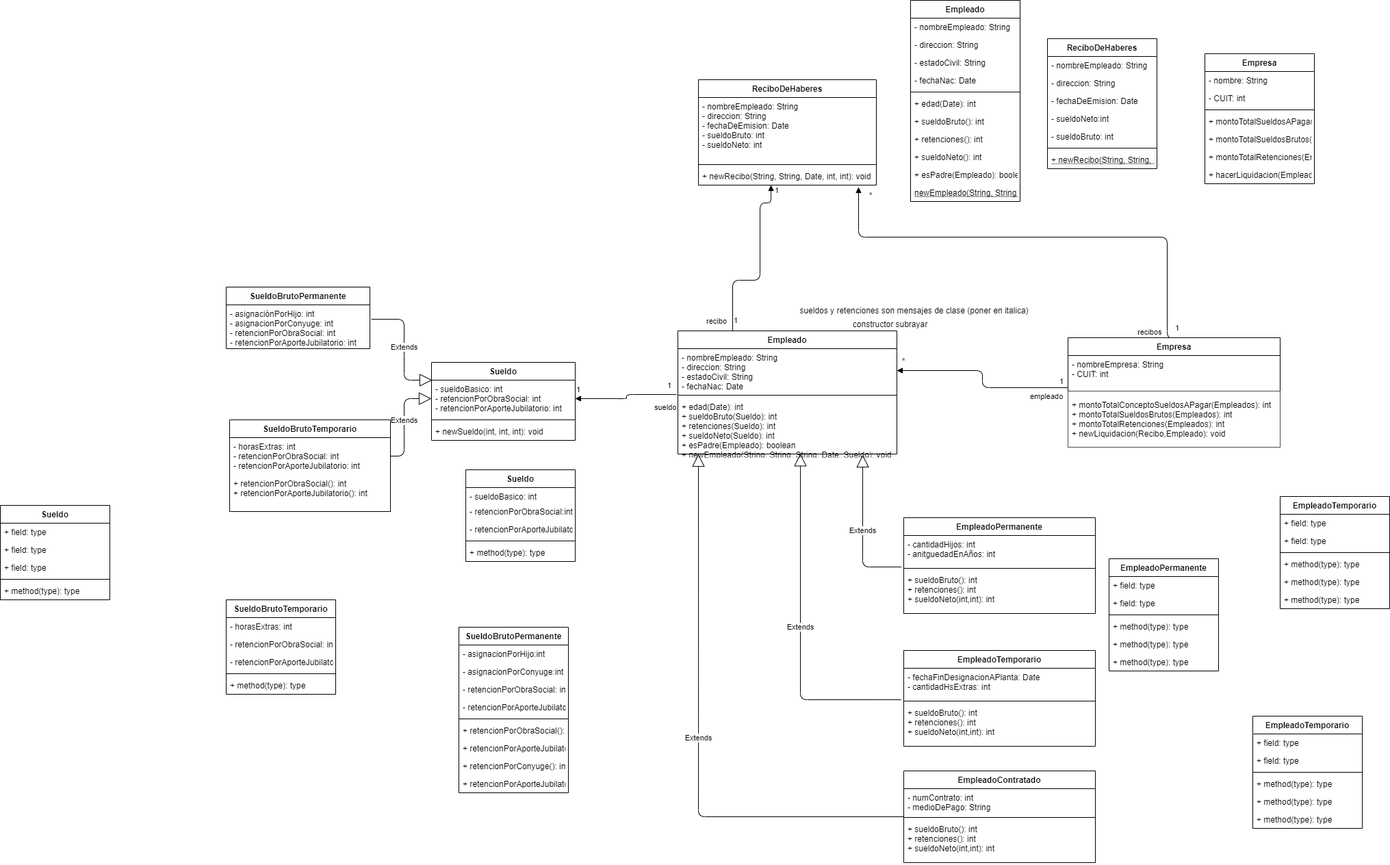
Above: src/ar/edu/unq/po2/TP2 - UML.png in CarlosAlbertoBarria/unqui-poo2-barria (draw.io), before the change. Source tidied: cells renumbered, new cells last; positions are measured from the earlier drawing's top-left corner, leaving out a move shared by most shapes.
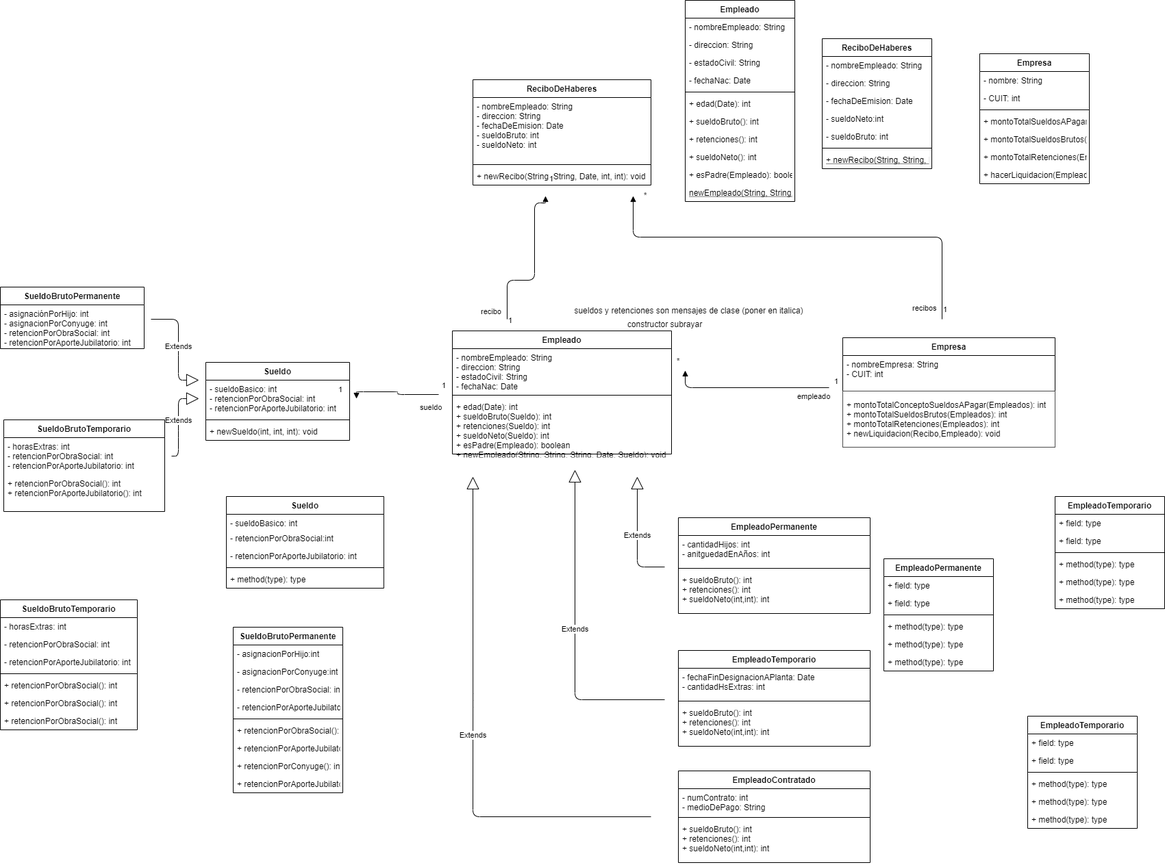
The same file after the commit.

Diff of the diagram source:
```diff
@@ -47,15 +47,19 @@
     <mxCell id="16" value="+ sueldoBruto(): int&#10;+ retenciones(): int&#10;+ sueldoNeto(int,int): int" style="text;strokeColor=none;fillColor=none;align=left;verticalAlign=top;spacingLeft=4;spacingRight=4;overflow=hidden;" parent="13" vertex="1">
       <mxGeometry y="78" width="280" height="62" as="geometry" />
     </mxCell>
-    <mxCell id="17" value="Extends" style="endArrow=block;endSize=16;endFill=0;html=1;exitX=-0.012;exitY=1.045;exitDx=0;exitDy=0;exitPerimeter=0;entryX=0.844;entryY=1.012;entryDx=0;entryDy=0;entryPerimeter=0;" parent="1" edge="1" source="10" target="8">
+    <mxCell id="17" value="Extends" style="endArrow=block;endSize=16;endFill=0;html=1;" parent="1" edge="1">
       <mxGeometry relative="1" as="geometry">
+        <mxPoint x="1300" y="828" as="sourcePoint" />
+        <mxPoint x="1260" y="696" as="targetPoint" />
         <Array as="points">
           <mxPoint x="1260" y="828" />
         </Array>
       </mxGeometry>
     </mxCell>
-    <mxCell id="18" value="Extends" style="endArrow=block;endSize=16;endFill=0;html=1;exitX=-0.014;exitY=1.045;exitDx=0;exitDy=0;exitPerimeter=0;entryX=0.559;entryY=0.992;entryDx=0;entryDy=0;entryPerimeter=0;" parent="1" edge="1" source="14" target="8">
+    <mxCell id="18" value="Extends" style="endArrow=block;endSize=16;endFill=0;html=1;" parent="1" edge="1">
       <mxGeometry relative="1" as="geometry">
+        <mxPoint x="1300" y="1022" as="sourcePoint" />
+        <mxPoint x="1169" y="686" as="targetPoint" />
         <Array as="points">
           <mxPoint x="1169" y="1022" />
           <mxPoint x="1169" y="686" />
@@ -104,8 +108,10 @@
     <mxCell id="32" value="+ newRecibo(String, String, Date, int, int): void" style="text;strokeColor=none;fillColor=none;align=left;verticalAlign=top;spacingLeft=4;spacingRight=4;overflow=hidden;points=[[0,0.5],[1,0.5]];portConstraint=eastwest;" parent="29" vertex="1">
       <mxGeometry y="128" width="260" height="26" as="geometry" />
     </mxCell>
-    <mxCell id="33" value="recibos" style="endArrow=block;endFill=1;html=1;edgeStyle=orthogonalEdgeStyle;align=left;verticalAlign=top;exitX=0.5;exitY=0;exitDx=0;exitDy=0;entryX=0.9;entryY=1.115;entryDx=0;entryDy=0;entryPerimeter=0;" parent="1" edge="1" source="2" target="32">
+    <mxCell id="33" value="recibos" style="endArrow=block;endFill=1;html=1;edgeStyle=orthogonalEdgeStyle;align=left;verticalAlign=top;" parent="1" edge="1">
       <mxGeometry x="-0.91" y="45" relative="1" as="geometry">
+        <mxPoint x="1705" y="466" as="sourcePoint" />
+        <mxPoint x="1254" y="286" as="targetPoint" />
         <Array as="points">
           <mxPoint x="1705" y="346" />
           <mxPoint x="1254" y="346" />
@@ -122,8 +128,10 @@
         <mxPoint x="8" y="-53" as="offset" />
       </mxGeometry>
     </mxCell>
-    <mxCell id="36" value="Extends" style="endArrow=block;endSize=16;endFill=0;html=1;exitX=1.01;exitY=0.328;exitDx=0;exitDy=0;exitPerimeter=0;entryX=0.005;entryY=0;entryDx=0;entryDy=0;entryPerimeter=0;" parent="1" edge="1" source="25" target="21">
+    <mxCell id="36" value="Extends" style="endArrow=block;endSize=16;endFill=0;html=1;" parent="1" edge="1">
       <mxGeometry relative="1" as="geometry">
+        <mxPoint x="550" y="466" as="sourcePoint" />
+        <mxPoint x="620" y="555" as="targetPoint" />
         <Array as="points">
           <mxPoint x="590" y="466" />
           <mxPoint x="590" y="509" />
@@ -131,8 +139,10 @@
         </Array>
       </mxGeometry>
     </mxCell>
-    <mxCell id="37" value="Extends" style="endArrow=block;endSize=16;endFill=0;html=1;exitX=1;exitY=0.5;exitDx=0;exitDy=0;entryX=0;entryY=0.5;entryDx=0;entryDy=0;" parent="1" edge="1" source="27" target="21">
+    <mxCell id="37" value="Extends" style="endArrow=block;endSize=16;endFill=0;html=1;" parent="1" edge="1">
       <mxGeometry relative="1" as="geometry">
+        <mxPoint x="580" y="666" as="sourcePoint" />
+        <mxPoint x="620" y="582" as="targetPoint" />
         <Array as="points">
           <mxPoint x="590" y="666" />
           <mxPoint x="590" y="629" />
@@ -145,8 +155,11 @@
         <mxPoint x="6" y="-1" as="offset" />
       </mxGeometry>
     </mxCell>
-    <mxCell id="39" value="sueldo" style="endArrow=block;endFill=1;html=1;edgeStyle=orthogonalEdgeStyle;align=left;verticalAlign=top;exitX=-0.006;exitY=1.047;exitDx=0;exitDy=0;exitPerimeter=0;entryX=1;entryY=0.5;entryDx=0;entryDy=0;" parent="1" edge="1" source="6" target="21">
-      <mxGeometry x="-0.56" y="6" relative="1" as="geometry" />
+    <mxCell id="39" value="sueldo" style="endArrow=block;endFill=1;html=1;edgeStyle=orthogonalEdgeStyle;align=left;verticalAlign=top;" parent="1" edge="1">
+      <mxGeometry x="-0.56" y="6" relative="1" as="geometry">
+        <mxPoint x="970" y="576" as="sourcePoint" />
+        <mxPoint x="850" y="582" as="targetPoint" />
+      </mxGeometry>
     </mxCell>
     <mxCell id="40" value="1" style="edgeLabel;html=1;align=left;verticalAlign=bottom;" parent="39" vertex="1">
       <mxGeometry x="-1" relative="1" as="geometry">
@@ -161,8 +174,10 @@
     <mxCell id="42" value="constructor subrayar" style="text;html=1;align=center;verticalAlign=middle;fillColor=none;strokeColor=none;rounded=0;" parent="1" vertex="1">
       <mxGeometry x="1240" y="463" width="120" height="20" as="geometry" />
     </mxCell>
-    <mxCell id="43" value="recibo" style="endArrow=block;endFill=1;html=1;edgeStyle=orthogonalEdgeStyle;align=left;verticalAlign=top;exitX=0.25;exitY=0;exitDx=0;exitDy=0;entryX=0.408;entryY=1;entryDx=0;entryDy=0;entryPerimeter=0;" parent="1" edge="1" source="5" target="32">
+    <mxCell id="43" value="recibo" style="endArrow=block;endFill=1;html=1;edgeStyle=orthogonalEdgeStyle;align=left;verticalAlign=top;" parent="1" edge="1">
       <mxGeometry x="-0.8" y="40" relative="1" as="geometry">
+        <mxPoint x="1070" y="466" as="sourcePoint" />
+        <mxPoint x="1126" y="286" as="targetPoint" />
         <Array as="points">
           <mxPoint x="1070" y="409" />
           <mxPoint x="1110" y="409" />
@@ -194,17 +209,21 @@
     <mxCell id="50" value="+ sueldoBruto(): int&#10;+ retenciones(): int&#10;+ sueldoNeto(int,int): int" style="text;strokeColor=none;fillColor=none;align=left;verticalAlign=top;spacingLeft=4;spacingRight=4;overflow=hidden;" parent="46" vertex="1">
       <mxGeometry y="72" width="280" height="62" as="geometry" />
     </mxCell>
-    <mxCell id="51" value="empleado" style="endArrow=block;endFill=1;html=1;edgeStyle=orthogonalEdgeStyle;align=left;verticalAlign=top;entryX=1;entryY=0.5;entryDx=0;entryDy=0;exitX=0;exitY=0.904;exitDx=0;exitDy=0;exitPerimeter=0;" parent="1" edge="1" source="3" target="6">
-      <mxGeometry x="-0.59" relative="1" as="geometry" />
+    <mxCell id="51" value="empleado" style="endArrow=block;endFill=1;html=1;edgeStyle=orthogonalEdgeStyle;align=left;verticalAlign=top;" parent="1" edge="1">
+      <mxGeometry x="-0.59" relative="1" as="geometry">
+        <mxPoint x="1540" y="566" as="sourcePoint" />
+        <mxPoint x="1330" y="541" as="targetPoint" />
+      </mxGeometry>
     </mxCell>
     <mxCell id="52" value="1" style="edgeLabel;html=1;align=left;verticalAlign=bottom;rotation=0;" parent="1" vertex="1">
       <mxGeometry x="1540" y="566" as="geometry">
         <mxPoint x="6" y="-1" as="offset" />
       </mxGeometry>
     </mxCell>
-    <mxCell id="53" value="Extends" style="endArrow=block;endSize=16;endFill=0;html=1;entryX=0.559;entryY=0.992;entryDx=0;entryDy=0;entryPerimeter=0;exitX=0;exitY=0.375;exitDx=0;exitDy=0;exitPerimeter=0;" parent="1" edge="1" source="49">
+    <mxCell id="53" value="Extends" style="endArrow=block;endSize=16;endFill=0;html=1;" parent="1" edge="1">
       <mxGeometry relative="1" as="geometry">
-        <mxPoint x="1020" y="663" as="targetPoint" />
+        <mxPoint x="1280" y="1193" as="sourcePoint" />
+        <mxPoint x="1020" y="696" as="targetPoint" />
         <Array as="points">
           <mxPoint x="1020" y="1193" />
           <mxPoint x="1020.1" y="1022.7" />
@@ -254,41 +273,47 @@
       <mxGeometry y="138" width="160" height="26" as="geometry" />
     </mxCell>
     <mxCell id="68" value="Sueldo" style="swimlane;fontStyle=1;align=center;verticalAlign=top;horizontal=1;startSize=26;" parent="1" vertex="1">
-      <mxGeometry x="680.1" y="686" width="160" height="134" as="geometry" />
+      <mxGeometry x="660" y="725" width="229.9" height="134" as="geometry" />
     </mxCell>
     <mxCell id="69" value="- sueldoBasico: int" style="text;strokeColor=none;fillColor=none;align=left;verticalAlign=top;spacingLeft=4;spacingRight=4;overflow=hidden;" parent="68" vertex="1">
-      <mxGeometry y="26" width="160" height="22" as="geometry" />
+      <mxGeometry y="26" width="229.9" height="22" as="geometry" />
     </mxCell>
     <mxCell id="70" value="- retencionPorObraSocial:int" style="text;strokeColor=none;fillColor=none;align=left;verticalAlign=top;spacingLeft=4;spacingRight=4;overflow=hidden;" parent="68" vertex="1">
-      <mxGeometry y="48" width="160" height="26" as="geometry" />
+      <mxGeometry y="48" width="229.9" height="26" as="geometry" />
     </mxCell>
     <mxCell id="71" value="- retencionPorAporteJubilatorio: int" style="text;strokeColor=none;fillColor=none;align=left;verticalAlign=top;spacingLeft=4;spacingRight=4;overflow=hidden;" parent="68" vertex="1">
-      <mxGeometry y="74" width="160" height="26" as="geometry" />
+      <mxGeometry y="74" width="229.9" height="26" as="geometry" />
     </mxCell>
     <mxCell id="72" style="line;strokeWidth=1;fillColor=none;align=left;verticalAlign=middle;spacingTop=-1;spacingLeft=3;spacingRight=3;labelPosition=right;" parent="68" vertex="1">
-      <mxGeometry y="100" width="160" height="8" as="geometry" />
+      <mxGeometry y="100" width="229.9" height="8" as="geometry" />
     </mxCell>
     <mxCell id="73" value="+ method(type): type" style="text;strokeColor=none;fillColor=none;align=left;verticalAlign=top;spacingLeft=4;spacingRight=4;overflow=hidden;" parent="68" vertex="1">
-      <mxGeometry y="108" width="160" height="26" as="geometry" />
+      <mxGeometry y="108" width="229.9" height="26" as="geometry" />
     </mxCell>
     <mxCell id="74" value="SueldoBrutoTemporario" style="swimlane;fontStyle=1;align=center;verticalAlign=top;horizontal=1;startSize=26;" parent="1" vertex="1">
-      <mxGeometry x="330" y="876" width="160" height="138" as="geometry" />
+      <mxGeometry x="330" y="876" width="200" height="190" as="geometry" />
     </mxCell>
     <mxCell id="75" value="- horasExtras: int" style="text;strokeColor=none;fillColor=none;align=left;verticalAlign=top;spacingLeft=4;spacingRight=4;overflow=hidden;" parent="74" vertex="1">
-      <mxGeometry y="26" width="160" height="26" as="geometry" />
+      <mxGeometry y="26" width="200" height="26" as="geometry" />
     </mxCell>
     <mxCell id="76" value="- retencionPorObraSocial: int" style="text;strokeColor=none;fillColor=none;align=left;verticalAlign=top;spacingLeft=4;spacingRight=4;overflow=hidden;" parent="74" vertex="1">
-      <mxGeometry y="52" width="160" height="26" as="geometry" />
+      <mxGeometry y="52" width="200" height="26" as="geometry" />
     </mxCell>
-    <mxCell id="77" value="- retencionPorAporteJubilatorio" style="text;strokeColor=none;fillColor=none;align=left;verticalAlign=top;spacingLeft=4;spacingRight=4;overflow=hidden;" parent="74" vertex="1">
-      <mxGeometry y="78" width="160" height="26" as="geometry" />
+    <mxCell id="77" value="- retencionPorAporteJubilatorio: int" style="text;strokeColor=none;fillColor=none;align=left;verticalAlign=top;spacingLeft=4;spacingRight=4;overflow=hidden;" parent="74" vertex="1">
+      <mxGeometry y="78" width="200" height="26" as="geometry" />
     </mxCell>
     <mxCell id="78" style="line;strokeWidth=1;fillColor=none;align=left;verticalAlign=middle;spacingTop=-1;spacingLeft=3;spacingRight=3;labelPosition=right;" parent="74" vertex="1">
-      <mxGeometry y="104" width="160" height="8" as="geometry" />
+      <mxGeometry y="104" width="200" height="8" as="geometry" />
     </mxCell>
-    <mxCell id="79" value="+ method(type): type" style="text;strokeColor=none;fillColor=none;align=left;verticalAlign=top;spacingLeft=4;spacingRight=4;overflow=hidden;" parent="74" vertex="1">
-      <mxGeometry y="112" width="160" height="26" as="geometry" />
+    <mxCell id="79" value="+ retencionPorObraSocial(): int" style="text;strokeColor=none;fillColor=none;align=left;verticalAlign=top;spacingLeft=4;spacingRight=4;overflow=hidden;" parent="74" vertex="1">
+      <mxGeometry y="112" width="200" height="26" as="geometry" />
     </mxCell>
+    <mxCell id="131" value="+ retencionPorObraSocial(): int" style="text;strokeColor=none;fillColor=none;align=left;verticalAlign=top;spacingLeft=4;spacingRight=4;overflow=hidden;" parent="74" vertex="1">
+      <mxGeometry y="138" width="200" height="26" as="geometry" />
+    </mxCell>
+    <mxCell id="132" value="+ retencionPorObraSocial(): int" style="text;strokeColor=none;fillColor=none;align=left;verticalAlign=top;spacingLeft=4;spacingRight=4;overflow=hidden;" parent="74" vertex="1">
+      <mxGeometry y="164" width="200" height="26" as="geometry" />
+    </mxCell>
     <mxCell id="80" value="SueldoBrutoPermanente" style="swimlane;fontStyle=1;align=center;verticalAlign=top;horizontal=1;startSize=26;" parent="1" vertex="1">
       <mxGeometry x="670" y="916" width="160" height="242" as="geometry" />
     </mxCell>
@@ -319,24 +344,6 @@
     <mxCell id="89" value="+ retencionPorAporteJubilatorio(): int" style="text;strokeColor=none;fillColor=none;align=left;verticalAlign=top;spacingLeft=4;spacingRight=4;overflow=hidden;" parent="80" vertex="1">
       <mxGeometry y="216" width="160" height="26" as="geometry" />
     </mxCell>
-    <mxCell id="90" value="Sueldo" style="swimlane;fontStyle=1;align=center;verticalAlign=top;horizontal=1;startSize=26;" parent="1" vertex="1">
-      <mxGeometry y="738" width="160" height="138" as="geometry" />
-    </mxCell>
-    <mxCell id="91" value="+ field: type" style="text;strokeColor=none;fillColor=none;align=left;verticalAlign=top;spacingLeft=4;spacingRight=4;overflow=hidden;" parent="90" vertex="1">
-      <mxGeometry y="26" width="160" height="26" as="geometry" />
-    </mxCell>
-    <mxCell id="92" value="+ field: type" style="text;strokeColor=none;fillColor=none;align=left;verticalAlign=top;spacingLeft=4;spacingRight=4;overflow=hidden;" parent="90" vertex="1">
-      <mxGeometry y="52" width="160" height="26" as="geometry" />
-    </mxCell>
-    <mxCell id="93" value="+ field: type" style="text;strokeColor=none;fillColor=none;align=left;verticalAlign=top;spacingLeft=4;spacingRight=4;overflow=hidden;" parent="90" vertex="1">
-      <mxGeometry y="78" width="160" height="26" as="geometry" />
-    </mxCell>
-    <mxCell id="94" style="line;strokeWidth=1;fillColor=none;align=left;verticalAlign=middle;spacingTop=-1;spacingLeft=3;spacingRight=3;labelPosition=right;" parent="90" vertex="1">
-      <mxGeometry y="104" width="160" height="8" as="geometry" />
-    </mxCell>
-    <mxCell id="95" value="+ method(type): type" style="text;strokeColor=none;fillColor=none;align=left;verticalAlign=top;spacingLeft=4;spacingRight=4;overflow=hidden;" parent="90" vertex="1">
-      <mxGeometry y="112" width="160" height="26" as="geometry" />
-    </mxCell>
     <mxCell id="96" value="Empresa" style="swimlane;fontStyle=1;align=center;verticalAlign=top;horizontal=1;startSize=26;" parent="1" vertex="1">
       <mxGeometry x="1760" y="78" width="160" height="190" as="geometry" />
     </mxCell>
```
